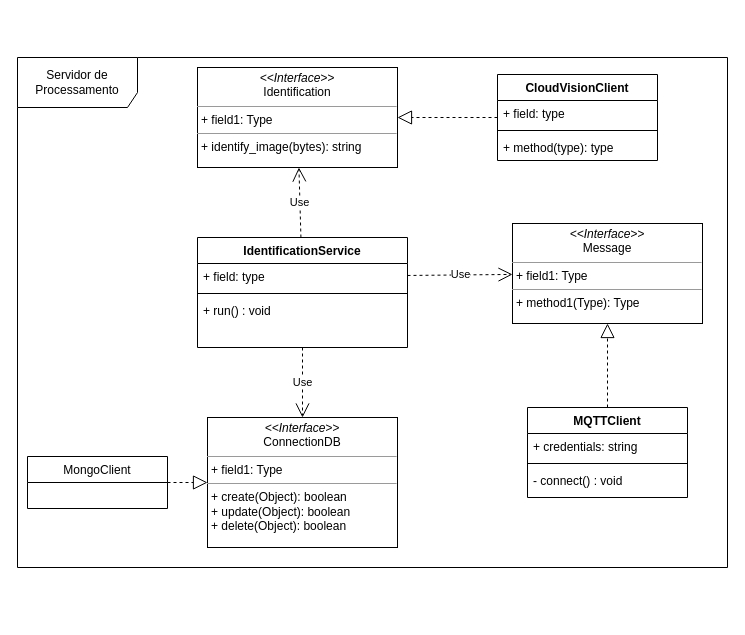
The draw.io diagram schemas/processing-server-class-diagram.drawio in Smart-AniMon/docs, before the edit. Source tidied: cells renumbered, new cells numbered last; positions are measured from the earlier drawing's top-left corner, leaving out a move shared by most shapes. Both pictures are drawn from the tidied source at 100%, with x=0, y=0 at pixel (17, 57).
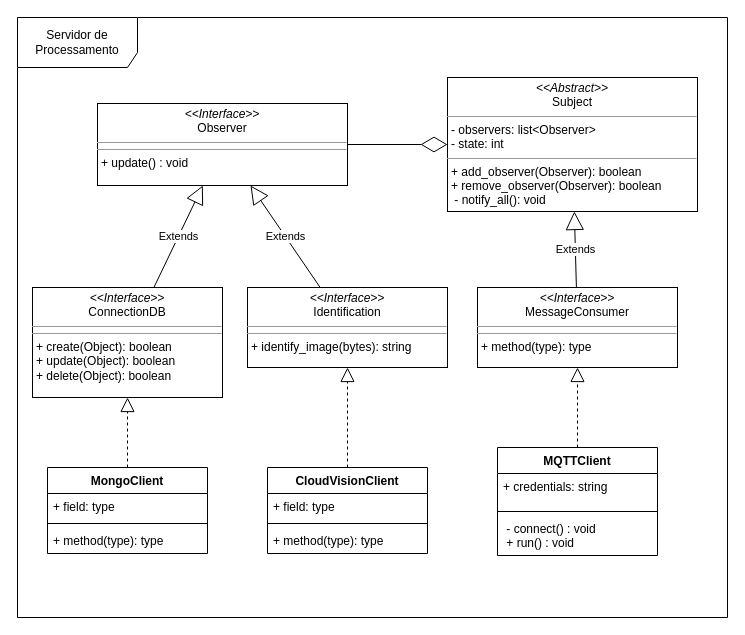
Above is the later version.

Commit message (it also covers changes not shown here):
Atualizando diagrama de classes do servidor de processamento.

The edit, as a diff of the source:
```diff
@@
+    <mxCell id="24" value="Servidor de Processamento" style="shape=umlFrame;whiteSpace=wrap;html=1;width=120;height=50;" parent="1" vertex="1">
+      <mxGeometry y="-40" width="710" height="600" as="geometry" />
+    </mxCell>
     <mxCell id="2" value="MQTTClient" style="swimlane;fontStyle=1;align=center;verticalAlign=top;horizontal=1;startSize=26;" parent="1" vertex="1">
-      <mxGeometry x="510" y="350" width="160" height="90" as="geometry" />
+      <mxGeometry x="480" y="390" width="160" height="108" as="geometry" />
     </mxCell>
     <mxCell id="3" value="+ credentials: string" style="text;strokeColor=none;fillColor=none;align=left;verticalAlign=top;spacingLeft=4;spacingRight=4;overflow=hidden;" parent="2" vertex="1">
-      <mxGeometry y="26" width="160" height="26" as="geometry" />
+      <mxGeometry y="26" width="160" height="34" as="geometry" />
     </mxCell>
     <mxCell id="4" style="line;strokeWidth=1;fillColor=none;align=left;verticalAlign=middle;spacingTop=-1;spacingLeft=3;spacingRight=3;labelPosition=right;" parent="2" vertex="1">
-      <mxGeometry y="52" width="160" height="8" as="geometry" />
+      <mxGeometry y="60" width="160" height="8" as="geometry" />
     </mxCell>
-    <mxCell id="5" value="- connect() : void&#10;" style="text;strokeColor=none;fillColor=none;align=left;verticalAlign=top;spacingLeft=4;spacingRight=4;overflow=hidden;" parent="2" vertex="1">
-      <mxGeometry y="60" width="160" height="30" as="geometry" />
+    <mxCell id="5" value=" - connect() : void&#10; + run() : void&#10;" style="text;strokeColor=none;fillColor=none;align=left;verticalAlign=top;spacingLeft=4;spacingRight=4;overflow=hidden;" parent="2" vertex="1">
+      <mxGeometry y="68" width="160" height="40" as="geometry" />
     </mxCell>
-    <mxCell id="6" value="IdentificationService" style="swimlane;fontStyle=1;align=center;verticalAlign=top;horizontal=1;startSize=26;" parent="1" vertex="1">
-      <mxGeometry x="180" y="180" width="210" height="110" as="geometry" />
-    </mxCell>
-    <mxCell id="7" value="+ field: type" style="text;strokeColor=none;fillColor=none;align=left;verticalAlign=top;spacingLeft=4;spacingRight=4;overflow=hidden;points=[[0,0.5],[1,0.5]];portConstraint=eastwest;" parent="6" vertex="1">
-      <mxGeometry y="26" width="210" height="26" as="geometry" />
-    </mxCell>
-    <mxCell id="8" style="line;strokeWidth=1;fillColor=none;align=left;verticalAlign=middle;spacingTop=-1;spacingLeft=3;spacingRight=3;labelPosition=right;" parent="6" vertex="1">
-      <mxGeometry y="52" width="210" height="8" as="geometry" />
-    </mxCell>
-    <mxCell id="9" value="+ run() : void&#10;" style="text;strokeColor=none;fillColor=none;align=left;verticalAlign=top;spacingLeft=4;spacingRight=4;overflow=hidden;" parent="6" vertex="1">
-      <mxGeometry y="60" width="210" height="50" as="geometry" />
-    </mxCell>
+    <mxCell id="16" value="&lt;p style=&quot;margin: 0px ; margin-top: 4px ; text-align: center&quot;&gt;&lt;i&gt;&amp;lt;&amp;lt;Interface&amp;gt;&amp;gt;&lt;/i&gt;&lt;br&gt;ConnectionDB&lt;/p&gt;&lt;hr size=&quot;1&quot;&gt;&lt;hr size=&quot;1&quot;&gt;&lt;p style=&quot;margin: 0px ; margin-left: 4px&quot;&gt;+ create(Object): boolean&lt;br&gt;+ update(Object): boolean&lt;/p&gt;&lt;p style=&quot;margin: 0px ; margin-left: 4px&quot;&gt;+ delete(Object): boolean&lt;br&gt;&lt;/p&gt;" style="verticalAlign=top;align=left;overflow=fill;fontSize=12;fontFamily=Helvetica;html=1;" parent="1" vertex="1">
+      <mxGeometry x="15" y="230" width="190" height="110" as="geometry" />
+    </mxCell>
+    <mxCell id="19" value="&lt;p style=&quot;margin: 0px ; margin-top: 4px ; text-align: center&quot;&gt;&lt;i&gt;&amp;lt;&amp;lt;Abstract&amp;gt;&amp;gt;&lt;/i&gt;&lt;br&gt;Subject&lt;/p&gt;&lt;hr size=&quot;1&quot;&gt;&lt;p style=&quot;margin: 0px ; margin-left: 4px&quot;&gt;- observers: list&amp;lt;Observer&amp;gt;&lt;/p&gt;&lt;p style=&quot;margin: 0px ; margin-left: 4px&quot;&gt;- state: int&lt;br&gt;&lt;/p&gt;&lt;hr size=&quot;1&quot;&gt;&lt;p style=&quot;margin: 0px ; margin-left: 4px&quot;&gt;+ add_observer(Observer): boolean&lt;/p&gt;&lt;p style=&quot;margin: 0px ; margin-left: 4px&quot;&gt;+ remove_observer(Observer): boolean&lt;/p&gt;&lt;p style=&quot;margin: 0px ; margin-left: 4px&quot;&gt;&amp;nbsp;- notify_all(): void&lt;br&gt;&lt;/p&gt;" style="verticalAlign=top;align=left;overflow=fill;fontSize=12;fontFamily=Helvetica;html=1;" parent="1" vertex="1">
+      <mxGeometry x="430" y="20" width="250" height="134" as="geometry" />
+    </mxCell>
+    <mxCell id="25" value="&lt;p style=&quot;margin: 0px ; margin-top: 4px ; text-align: center&quot;&gt;&lt;i&gt;&amp;lt;&amp;lt;Interface&amp;gt;&amp;gt;&lt;/i&gt;&lt;br&gt;Observer&lt;/p&gt;&lt;hr size=&quot;1&quot;&gt;&lt;hr size=&quot;1&quot;&gt;&lt;p style=&quot;margin: 0px ; margin-left: 4px&quot;&gt;+ update() : void&lt;br&gt;&lt;/p&gt;" style="verticalAlign=top;align=left;overflow=fill;fontSize=12;fontFamily=Helvetica;html=1;" parent="1" vertex="1">
+      <mxGeometry x="80" y="46" width="250" height="82" as="geometry" />
+    </mxCell>
     <mxCell id="10" value="CloudVisionClient" style="swimlane;fontStyle=1;align=center;verticalAlign=top;horizontal=1;startSize=26;" parent="1" vertex="1">
-      <mxGeometry x="480" y="17" width="160" height="86" as="geometry" />
+      <mxGeometry x="250" y="410" width="160" height="86" as="geometry" />
     </mxCell>
-    <mxCell id="11" value="+ field: type" style="text;strokeColor=none;fillColor=none;align=left;verticalAlign=top;spacingLeft=4;spacingRight=4;overflow=hidden;" parent="10" vertex="1">
-      <mxGeometry y="26" width="160" height="26" as="geometry" />
-    </mxCell>
-    <mxCell id="12" style="line;strokeWidth=1;fillColor=none;align=left;verticalAlign=middle;spacingTop=-1;spacingLeft=3;spacingRight=3;labelPosition=right;" parent="10" vertex="1">
-      <mxGeometry y="52" width="160" height="8" as="geometry" />
-    </mxCell>
-    <mxCell id="13" value="+ method(type): type" style="text;strokeColor=none;fillColor=none;align=left;verticalAlign=top;spacingLeft=4;spacingRight=4;overflow=hidden;" parent="10" vertex="1">
-      <mxGeometry y="60" width="160" height="26" as="geometry" />
-    </mxCell>
-    <mxCell id="14" value="Use" style="endArrow=open;endSize=12;dashed=1;html=1;" parent="1" edge="1" source="6" target="16">
-      <mxGeometry relative="1" as="geometry" />
-    </mxCell>
-    <mxCell id="15" value="&lt;p style=&quot;margin: 0px ; margin-top: 4px ; text-align: center&quot;&gt;&lt;i&gt;&amp;lt;&amp;lt;Interface&amp;gt;&amp;gt;&lt;/i&gt;&lt;br&gt;Identification&lt;/p&gt;&lt;hr size=&quot;1&quot;&gt;&lt;p style=&quot;margin: 0px ; margin-left: 4px&quot;&gt;+ field1: Type&lt;br&gt;&lt;/p&gt;&lt;hr size=&quot;1&quot;&gt;&lt;p style=&quot;margin: 0px ; margin-left: 4px&quot;&gt;+ identify_image(bytes): string&lt;br&gt;&lt;/p&gt;" style="verticalAlign=top;align=left;overflow=fill;fontSize=12;fontFamily=Helvetica;html=1;" parent="1" vertex="1">
-      <mxGeometry x="180" y="10" width="200" height="100" as="geometry" />
-    </mxCell>
-    <mxCell id="16" value="&lt;p style=&quot;margin: 0px ; margin-top: 4px ; text-align: center&quot;&gt;&lt;i&gt;&amp;lt;&amp;lt;Interface&amp;gt;&amp;gt;&lt;/i&gt;&lt;br&gt;ConnectionDB&lt;/p&gt;&lt;hr size=&quot;1&quot;&gt;&lt;p style=&quot;margin: 0px ; margin-left: 4px&quot;&gt;+ field1: Type&lt;br&gt;&lt;/p&gt;&lt;hr size=&quot;1&quot;&gt;&lt;p style=&quot;margin: 0px ; margin-left: 4px&quot;&gt;+ create(Object): boolean&lt;br&gt;+ update(Object): boolean&lt;/p&gt;&lt;p style=&quot;margin: 0px ; margin-left: 4px&quot;&gt;+ delete(Object): boolean&lt;br&gt;&lt;/p&gt;" style="verticalAlign=top;align=left;overflow=fill;fontSize=12;fontFamily=Helvetica;html=1;" parent="1" vertex="1">
-      <mxGeometry x="190" y="360" width="190" height="130" as="geometry" />
-    </mxCell>
+    <mxCell id="26" value="+ field: type" style="text;strokeColor=none;fillColor=none;align=left;verticalAlign=top;spacingLeft=4;spacingRight=4;overflow=hidden;" parent="10" vertex="1">
+      <mxGeometry y="26" width="160" height="26" as="geometry" />
+    </mxCell>
+    <mxCell id="27" style="line;strokeWidth=1;fillColor=none;align=left;verticalAlign=middle;spacingTop=-1;spacingLeft=3;spacingRight=3;labelPosition=right;" parent="10" vertex="1">
+      <mxGeometry y="52" width="160" height="8" as="geometry" />
+    </mxCell>
+    <mxCell id="28" value="+ method(type): type" style="text;strokeColor=none;fillColor=none;align=left;verticalAlign=top;spacingLeft=4;spacingRight=4;overflow=hidden;" parent="10" vertex="1">
+      <mxGeometry y="60" width="160" height="26" as="geometry" />
+    </mxCell>
+    <mxCell id="29" value="&lt;p style=&quot;margin: 0px ; margin-top: 4px ; text-align: center&quot;&gt;&lt;i&gt;&amp;lt;&amp;lt;Interface&amp;gt;&amp;gt;&lt;/i&gt;&lt;br&gt;Identification&lt;/p&gt;&lt;hr size=&quot;1&quot;&gt;&lt;hr size=&quot;1&quot;&gt;&lt;p style=&quot;margin: 0px ; margin-left: 4px&quot;&gt;+ identify_image(bytes): string&lt;br&gt;&lt;/p&gt;" style="verticalAlign=top;align=left;overflow=fill;fontSize=12;fontFamily=Helvetica;html=1;" parent="1" vertex="1">
+      <mxGeometry x="230" y="230" width="200" height="80" as="geometry" />
+    </mxCell>
+    <mxCell id="30" style="endArrow=diamondThin;endFill=0;endSize=24;html=1;" parent="1" edge="1" source="25" target="19">
+      <mxGeometry relative="1" as="geometry" />
+    </mxCell>
+    <mxCell id="31" value="Extends" style="endArrow=block;endSize=16;endFill=0;html=1;" parent="1" edge="1" source="16" target="25">
+      <mxGeometry relative="1" as="geometry" />
+    </mxCell>
+    <mxCell id="32" value="Extends" style="endArrow=block;endSize=16;endFill=0;html=1;" parent="1" edge="1" source="29" target="25">
+      <mxGeometry relative="1" as="geometry" />
+    </mxCell>
-    <mxCell id="17" value="MongoClient" style="swimlane;fontStyle=0;horizontal=1;startSize=26;fillColor=none;" parent="1" vertex="1">
-      <mxGeometry x="10" y="399" width="140" height="52" as="geometry" />
+    <mxCell id="17" value="MongoClient" style="swimlane;fontStyle=1;align=center;verticalAlign=top;horizontal=1;startSize=26;" parent="1" vertex="1">
+      <mxGeometry x="30" y="410" width="160" height="86" as="geometry" />
     </mxCell>
+    <mxCell id="33" value="+ field: type" style="text;strokeColor=none;fillColor=none;align=left;verticalAlign=top;spacingLeft=4;spacingRight=4;overflow=hidden;" parent="17" vertex="1">
+      <mxGeometry y="26" width="160" height="26" as="geometry" />
+    </mxCell>
+    <mxCell id="34" style="line;strokeWidth=1;fillColor=none;align=left;verticalAlign=middle;spacingTop=-1;spacingLeft=3;spacingRight=3;labelPosition=right;" parent="17" vertex="1">
+      <mxGeometry y="52" width="160" height="8" as="geometry" />
+    </mxCell>
+    <mxCell id="35" value="+ method(type): type" style="text;strokeColor=none;fillColor=none;align=left;verticalAlign=top;spacingLeft=4;spacingRight=4;overflow=hidden;" parent="17" vertex="1">
+      <mxGeometry y="60" width="160" height="26" as="geometry" />
+    </mxCell>
@@
-    <mxCell id="19" value="&lt;p style=&quot;margin: 0px ; margin-top: 4px ; text-align: center&quot;&gt;&lt;i&gt;&amp;lt;&amp;lt;Interface&amp;gt;&amp;gt;&lt;/i&gt;&lt;br&gt;Message&lt;br&gt;&lt;/p&gt;&lt;hr size=&quot;1&quot;&gt;&lt;p style=&quot;margin: 0px ; margin-left: 4px&quot;&gt;+ field1: Type&lt;br&gt;&lt;/p&gt;&lt;hr size=&quot;1&quot;&gt;&lt;p style=&quot;margin: 0px ; margin-left: 4px&quot;&gt;+ method1(Type): Type&lt;br&gt;&lt;/p&gt;" style="verticalAlign=top;align=left;overflow=fill;fontSize=12;fontFamily=Helvetica;html=1;" parent="1" vertex="1">
-      <mxGeometry x="495" y="166" width="190" height="100" as="geometry" />
-    </mxCell>
-    <mxCell id="20" style="endArrow=block;dashed=1;endFill=0;endSize=12;html=1;" parent="1" edge="1" source="2" target="19">
-      <mxGeometry relative="1" as="geometry" />
-    </mxCell>
-    <mxCell id="21" value="Use" style="endArrow=open;endSize=12;dashed=1;html=1;" parent="1" edge="1" source="7" target="19">
-      <mxGeometry relative="1" as="geometry" />
-    </mxCell>
-    <mxCell id="22" value="Use" style="endArrow=open;endSize=12;dashed=1;html=1;" parent="1" edge="1" source="6" target="15">
-      <mxGeometry relative="1" as="geometry" />
-    </mxCell>
-    <mxCell id="23" style="endArrow=block;dashed=1;endFill=0;endSize=12;html=1;" parent="1" edge="1" source="10" target="15">
-      <mxGeometry relative="1" as="geometry" />
-    </mxCell>
-    <mxCell id="24" value="Servidor de Processamento" style="shape=umlFrame;whiteSpace=wrap;html=1;width=120;height=50;" parent="1" vertex="1">
-      <mxGeometry width="710" height="510" as="geometry" />
-    </mxCell>
+    <mxCell id="36" style="endArrow=block;dashed=1;endFill=0;endSize=12;html=1;" parent="1" edge="1" source="10" target="29">
+      <mxGeometry relative="1" as="geometry" />
+    </mxCell>
+    <mxCell id="37" value="Extends" style="endArrow=block;endSize=16;endFill=0;html=1;" parent="1" edge="1" source="38" target="19">
+      <mxGeometry relative="1" as="geometry" />
+    </mxCell>
+    <mxCell id="38" value="&lt;p style=&quot;margin: 0px ; margin-top: 4px ; text-align: center&quot;&gt;&lt;i&gt;&amp;lt;&amp;lt;Interface&amp;gt;&amp;gt;&lt;/i&gt;&lt;br&gt;MessageConsumer&lt;/p&gt;&lt;hr size=&quot;1&quot;&gt;&lt;hr size=&quot;1&quot;&gt;&lt;p style=&quot;margin: 0px ; margin-left: 4px&quot;&gt;+ method(type): type&lt;/p&gt;" style="verticalAlign=top;align=left;overflow=fill;fontSize=12;fontFamily=Helvetica;html=1;" parent="1" vertex="1">
+      <mxGeometry x="460" y="230" width="200" height="80" as="geometry" />
+    </mxCell>
+    <mxCell id="39" style="endArrow=block;dashed=1;endFill=0;endSize=12;html=1;" parent="1" edge="1" source="2" target="38">
+      <mxGeometry relative="1" as="geometry" />
+    </mxCell>
```
